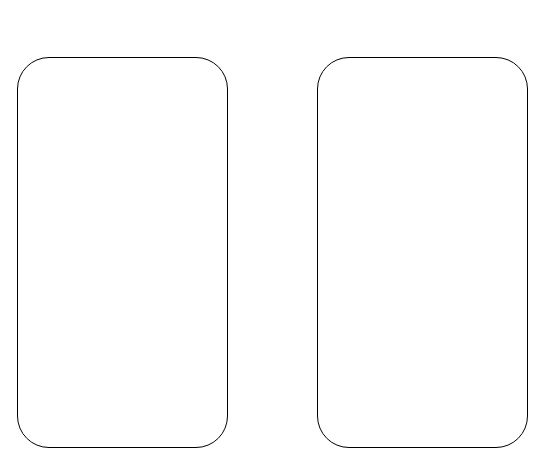
Before: topon实例化.drawio in evan2020/nice, a draw.io diagram. Source tidied: cells renumbered, new cells numbered last; positions are measured from the earlier drawing's top-left corner, leaving out a move shared by most shapes. Both pictures are drawn from the tidied source at 100%, with x=0, y=0 at pixel (17, 57). Pictures stored in the file or linked from it are replaced by grey dashed boxes.
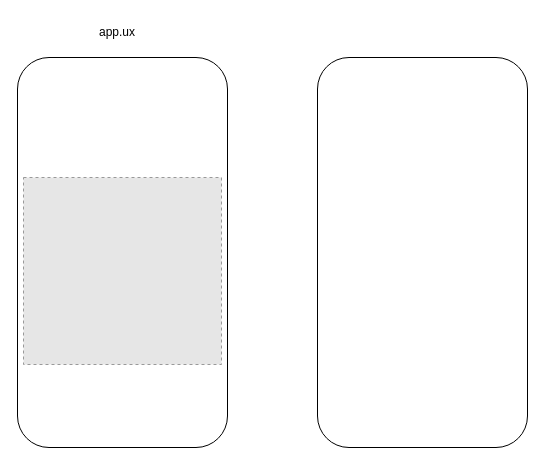
Above is the later version.

Commit message (it also covers changes not shown here):
更新topon实例化.drawio

Diff of the diagram source:
```diff
@@
 <mxGraphModel>
   <root>
     <mxCell id="0" />
     <mxCell id="1" parent="0" />
     <mxCell id="2" style="rounded=1;whiteSpace=wrap;html=1;" parent="1" vertex="1">
       <mxGeometry width="210" height="390" as="geometry" />
     </mxCell>
     <mxCell id="3" style="rounded=1;whiteSpace=wrap;html=1;" parent="1" vertex="1">
       <mxGeometry x="300" width="210" height="390" as="geometry" />
     </mxCell>
+    <mxCell id="4" value="app.ux" style="text;html=1;strokeColor=none;fillColor=none;align=center;verticalAlign=middle;whiteSpace=wrap;rounded=0;" parent="1" vertex="1">
+      <mxGeometry x="70" y="-40" width="60" height="30" as="geometry" />
+    </mxCell>
+    <mxCell id="5" style="fillColor=#E6E6E6;strokeColor=#999999;dashed=1;verticalLabelPosition=bottom;verticalAlign=top;" parent="1" vertex="1">
+      <mxGeometry x="6" y="120" width="198" height="187" as="geometry" />
+    </mxCell>
   </root>
 </mxGraphModel>
```
